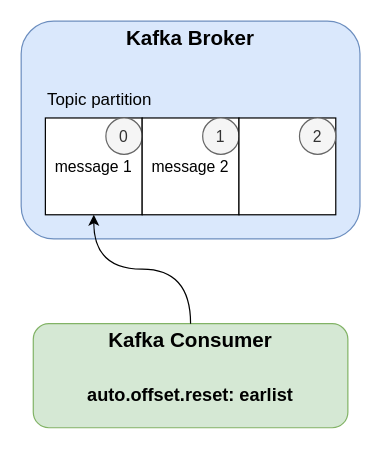
Earlier version of the draw.io diagram drawio/kafka/consumer-auto-offset-reset-2.drawio (windowforsun/blog). Source tidied: cells renumbered, new cells numbered last; positions are measured from the earlier drawing's top-left corner, leaving out a move shared by most shapes. Both pictures are drawn from the tidied source at 121%, with x=0, y=0 at pixel (21, 21).
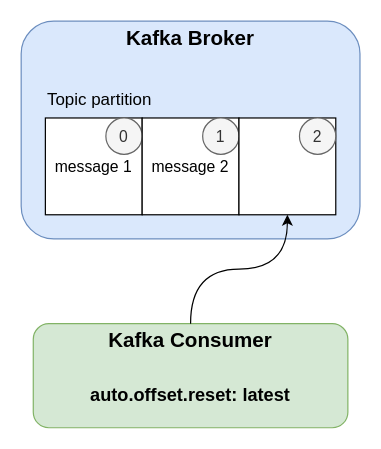
Above is the later version.

The edit, as a diff of the source:
```diff
@@
 <mxGraphModel>
   <root>
     <mxCell id="0" />
     <mxCell id="1" parent="0" />
     <mxCell id="2" style="rounded=1;whiteSpace=wrap;html=1;fillColor=#dae8fc;strokeColor=#6c8ebf;" parent="1" vertex="1">
       <mxGeometry width="280" height="180" as="geometry" />
     </mxCell>
     <mxCell id="3" value="&lt;b&gt;&lt;font style=&quot;font-size: 17px;&quot;&gt;Kafka Broker&lt;/font&gt;&lt;/b&gt;" style="text;html=1;strokeColor=none;fillColor=none;align=center;verticalAlign=middle;whiteSpace=wrap;rounded=0;" parent="1" vertex="1">
       <mxGeometry x="85" width="110" height="30" as="geometry" />
     </mxCell>
     <mxCell id="4" value="&lt;font style=&quot;font-size: 13px;&quot;&gt;message 1&lt;/font&gt;" style="rounded=0;whiteSpace=wrap;html=1;" parent="1" vertex="1">
       <mxGeometry x="20" y="80" width="80" height="80" as="geometry" />
     </mxCell>
     <mxCell id="5" value="&lt;font style=&quot;font-size: 13px;&quot;&gt;0&lt;/font&gt;" style="ellipse;whiteSpace=wrap;html=1;fillColor=#f5f5f5;fontColor=#333333;strokeColor=#666666;" parent="1" vertex="1">
       <mxGeometry x="70" y="80" width="30" height="30" as="geometry" />
     </mxCell>
     <mxCell id="6" value="&lt;font style=&quot;font-size: 13px;&quot;&gt;message 2&lt;/font&gt;" style="rounded=0;whiteSpace=wrap;html=1;" parent="1" vertex="1">
       <mxGeometry x="100" y="80" width="80" height="80" as="geometry" />
     </mxCell>
     <mxCell id="7" value="&lt;font style=&quot;font-size: 13px;&quot;&gt;1&lt;/font&gt;" style="ellipse;whiteSpace=wrap;html=1;fillColor=#f5f5f5;fontColor=#333333;strokeColor=#666666;" parent="1" vertex="1">
       <mxGeometry x="150" y="80" width="30" height="30" as="geometry" />
     </mxCell>
     <mxCell id="8" style="rounded=0;whiteSpace=wrap;html=1;" parent="1" vertex="1">
       <mxGeometry x="180" y="80" width="80" height="80" as="geometry" />
     </mxCell>
     <mxCell id="9" value="&lt;font style=&quot;font-size: 13px;&quot;&gt;2&lt;/font&gt;" style="ellipse;whiteSpace=wrap;html=1;fillColor=#f5f5f5;fontColor=#333333;strokeColor=#666666;" parent="1" vertex="1">
       <mxGeometry x="230" y="80" width="30" height="30" as="geometry" />
     </mxCell>
     <mxCell id="10" value="&lt;font style=&quot;font-size: 14px;&quot;&gt;Topic partition&lt;/font&gt;" style="text;html=1;strokeColor=none;fillColor=none;align=center;verticalAlign=middle;whiteSpace=wrap;rounded=0;" parent="1" vertex="1">
       <mxGeometry x="20" y="50" width="90" height="30" as="geometry" />
     </mxCell>
     <mxCell id="11" style="rounded=1;whiteSpace=wrap;html=1;fillColor=#d5e8d4;strokeColor=#82b366;" parent="1" vertex="1">
       <mxGeometry x="10" y="250" width="260" height="86" as="geometry" />
     </mxCell>
-    <mxCell id="12" style="edgeStyle=orthogonalEdgeStyle;rounded=0;jettySize=auto;html=1;exitX=0.5;exitY=0;exitDx=0;exitDy=0;entryX=0.5;entryY=1;entryDx=0;entryDy=0;curved=1;" parent="1" edge="1" source="13" target="4">
+    <mxCell id="12" style="edgeStyle=orthogonalEdgeStyle;rounded=0;jettySize=auto;html=1;exitX=0.5;exitY=0;exitDx=0;exitDy=0;entryX=0.5;entryY=1;entryDx=0;entryDy=0;curved=1;" parent="1" edge="1" source="13" target="8">
       <mxGeometry relative="1" as="geometry" />
     </mxCell>
     <mxCell id="13" value="&lt;b&gt;&lt;font style=&quot;font-size: 17px;&quot;&gt;Kafka Consumer&lt;/font&gt;&lt;/b&gt;" style="text;html=1;strokeColor=none;fillColor=none;align=center;verticalAlign=middle;whiteSpace=wrap;rounded=0;" parent="1" vertex="1">
       <mxGeometry x="65" y="250" width="150" height="30" as="geometry" />
     </mxCell>
-    <mxCell id="14" value="&lt;b&gt;&lt;font style=&quot;font-size: 15px;&quot;&gt;auto.offset.reset: earlist&lt;/font&gt;&lt;/b&gt;" style="text;html=1;strokeColor=none;fillColor=none;align=center;verticalAlign=middle;whiteSpace=wrap;rounded=0;" parent="1" vertex="1">
+    <mxCell id="14" value="&lt;b&gt;&lt;font style=&quot;font-size: 15px;&quot;&gt;auto.offset.reset: latest&lt;/font&gt;&lt;/b&gt;" style="text;html=1;strokeColor=none;fillColor=none;align=center;verticalAlign=middle;whiteSpace=wrap;rounded=0;" parent="1" vertex="1">
       <mxGeometry x="40" y="293" width="200" height="30" as="geometry" />
     </mxCell>
   </root>
 </mxGraphModel>
```
